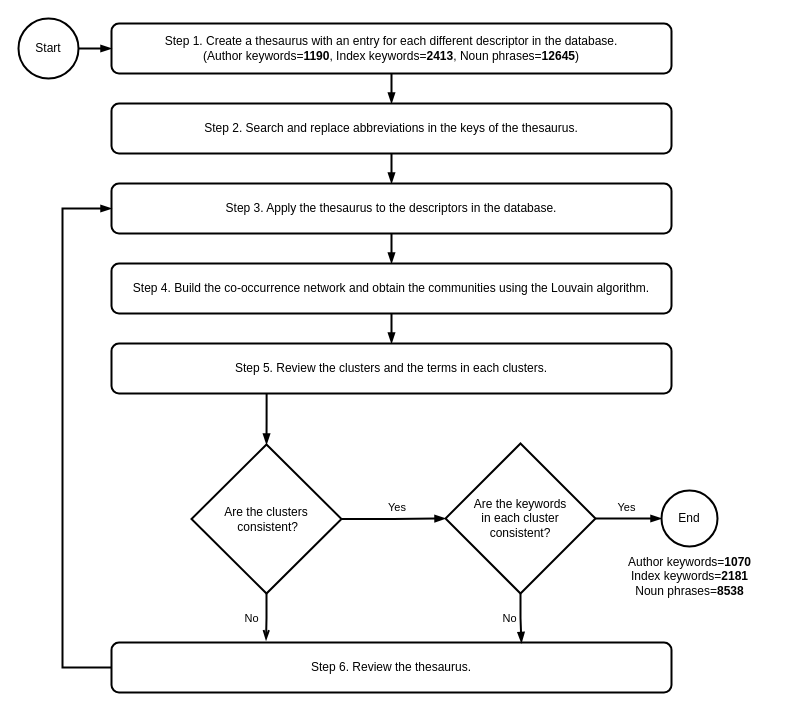
Earlier version of the draw.io diagram manuscript/methodology.drawio (jdvelasq/tm2_multiagent_karla). Source tidied: cells renumbered, new cells numbered last; positions are measured from the earlier drawing's top-left corner, leaving out a move shared by most shapes. Both pictures are drawn from the tidied source at 100%, with x=0, y=0 at pixel (18, 18).
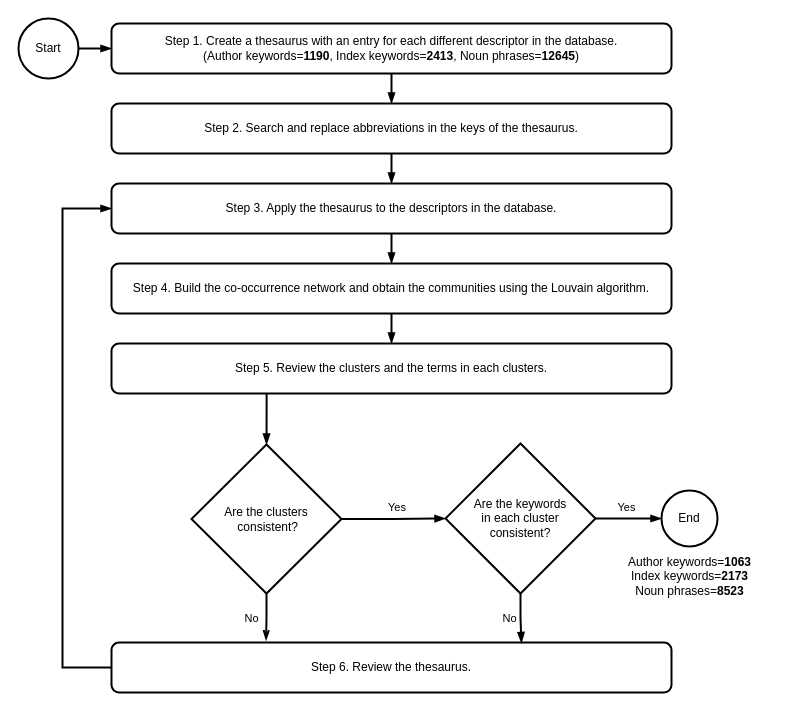
The same diagram, later.

The edit, as a diff of the source:
```diff
@@
-    <mxCell id="27" value="Author keywords=&lt;b&gt;1070&lt;/b&gt;&lt;br&gt;Index keywords=&lt;b&gt;2181&lt;/b&gt;&lt;br&gt;Noun phrases=&lt;b&gt;8538&lt;/b&gt;" style="text;html=1;strokeColor=none;fillColor=none;align=center;verticalAlign=middle;whiteSpace=wrap;rounded=0;fontColor=#000000;" parent="1" vertex="1">
+    <mxCell id="27" value="Author keywords=&lt;b&gt;1063&lt;/b&gt;&lt;br&gt;Index keywords=&lt;b&gt;2173&lt;/b&gt;&lt;br&gt;Noun phrases=&lt;b&gt;8523&lt;/b&gt;" style="text;html=1;strokeColor=none;fillColor=none;align=center;verticalAlign=middle;whiteSpace=wrap;rounded=0;fontColor=#000000;" parent="1" vertex="1">
       <mxGeometry x="592.5" y="530" width="157" height="55" as="geometry" />
     </mxCell>
```
